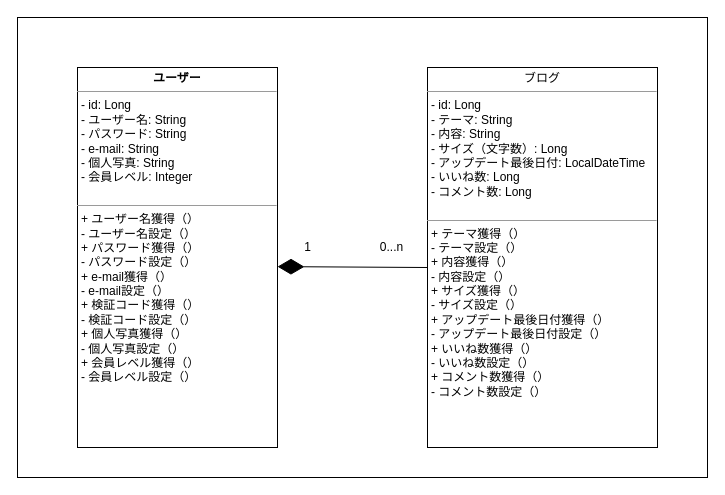
Before: drawio/クラス図.drawio in nan2020aaa/MyBlogx, a draw.io diagram. Source tidied: cells renumbered, new cells numbered last; positions are measured from the earlier drawing's top-left corner, leaving out a move shared by most shapes. Both pictures are drawn from the tidied source at 100%, with x=0, y=0 at pixel (17, 17).
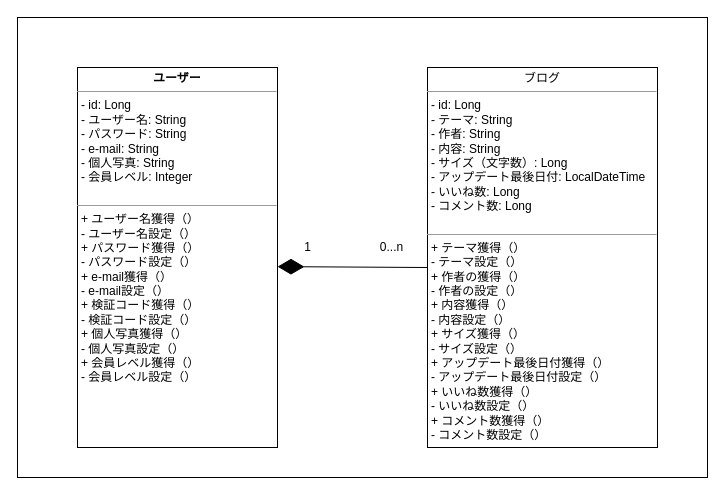
Above is the later version.

The edit, as a diff of the source:
```diff
@@
 <mxGraphModel>
   <root>
     <mxCell id="0" />
     <mxCell id="1" parent="0" />
     <mxCell id="2" style="rounded=0;whiteSpace=wrap;html=1;" parent="1" vertex="1">
       <mxGeometry width="690" height="460" as="geometry" />
     </mxCell>
     <mxCell id="3" value="&lt;p style=&quot;text-align: center ; margin: 4px 0px 0px&quot;&gt;&lt;b&gt;ユーザー&lt;/b&gt;&lt;/p&gt;&lt;hr size=&quot;1&quot;&gt;&lt;p style=&quot;margin: 0px ; margin-left: 4px&quot;&gt;- id: Long&lt;/p&gt;&lt;p style=&quot;margin: 0px ; margin-left: 4px&quot;&gt;- ユーザー名: String&lt;/p&gt;&lt;p style=&quot;margin: 0px ; margin-left: 4px&quot;&gt;- パスワード: String&lt;/p&gt;&lt;p style=&quot;margin: 0px ; margin-left: 4px&quot;&gt;- e-mail: String&lt;/p&gt;&lt;p style=&quot;margin: 0px ; margin-left: 4px&quot;&gt;- 個人写真: String&lt;/p&gt;&lt;p style=&quot;margin: 0px ; margin-left: 4px&quot;&gt;- 会員レベル: Integer&lt;/p&gt;&lt;p style=&quot;margin: 0px ; margin-left: 4px&quot;&gt;&lt;br&gt;&lt;/p&gt;&lt;hr size=&quot;1&quot;&gt;&lt;p style=&quot;margin: 0px ; margin-left: 4px&quot;&gt;+ ユーザー名獲得（）&lt;/p&gt;&lt;p style=&quot;margin: 0px ; margin-left: 4px&quot;&gt;- ユーザー名設定（）&lt;/p&gt;&lt;p style=&quot;margin: 0px ; margin-left: 4px&quot;&gt;+ パスワード獲得（）&lt;/p&gt;&lt;p style=&quot;margin: 0px ; margin-left: 4px&quot;&gt;- パスワード設定（）&lt;/p&gt;&lt;p style=&quot;margin: 0px ; margin-left: 4px&quot;&gt;+ e-mail獲得（）&lt;/p&gt;&lt;p style=&quot;margin: 0px ; margin-left: 4px&quot;&gt;- e-mail設定（）&lt;/p&gt;&lt;p style=&quot;margin: 0px ; margin-left: 4px&quot;&gt;+ 検証コード獲得（）&lt;/p&gt;&lt;p style=&quot;margin: 0px ; margin-left: 4px&quot;&gt;- 検証コード設定（）&lt;/p&gt;&lt;p style=&quot;margin: 0px ; margin-left: 4px&quot;&gt;+ 個人写真獲得（）&lt;/p&gt;&lt;p style=&quot;margin: 0px ; margin-left: 4px&quot;&gt;- 個人写真設定（）&lt;/p&gt;&lt;p style=&quot;margin: 0px ; margin-left: 4px&quot;&gt;+ 会員レベル獲得（）&lt;/p&gt;&lt;p style=&quot;margin: 0px ; margin-left: 4px&quot;&gt;- 会員レベル設定（）&lt;/p&gt;&lt;p style=&quot;margin: 0px ; margin-left: 4px&quot;&gt;&lt;br&gt;&lt;/p&gt;&lt;p style=&quot;margin: 0px ; margin-left: 4px&quot;&gt;&lt;br&gt;&lt;/p&gt;" style="verticalAlign=top;align=left;overflow=fill;fontSize=12;fontFamily=Helvetica;html=1;" parent="1" vertex="1">
       <mxGeometry x="60" y="50" width="200" height="380" as="geometry" />
     </mxCell>
-    <mxCell id="4" value="&lt;p style=&quot;margin: 0px ; margin-top: 4px ; text-align: center&quot;&gt;ブログ&lt;/p&gt;&lt;hr size=&quot;1&quot;&gt;&lt;p style=&quot;margin: 0px ; margin-left: 4px&quot;&gt;- id: Long&lt;/p&gt;&lt;p style=&quot;margin: 0px ; margin-left: 4px&quot;&gt;- テーマ: String&lt;/p&gt;&lt;p style=&quot;margin: 0px ; margin-left: 4px&quot;&gt;- 内容: String&lt;/p&gt;&lt;p style=&quot;margin: 0px ; margin-left: 4px&quot;&gt;- サイズ（文字数）: Long&lt;/p&gt;&lt;p style=&quot;margin: 0px ; margin-left: 4px&quot;&gt;- アップデート最後日付: LocalDateTime&lt;/p&gt;&lt;p style=&quot;margin: 0px ; margin-left: 4px&quot;&gt;- いいね数: Long&lt;/p&gt;&lt;p style=&quot;margin: 0px ; margin-left: 4px&quot;&gt;- コメント数: Long&lt;/p&gt;&lt;p style=&quot;margin: 0px ; margin-left: 4px&quot;&gt;&lt;br&gt;&lt;/p&gt;&lt;hr size=&quot;1&quot;&gt;&lt;p style=&quot;margin: 0px ; margin-left: 4px&quot;&gt;+ テーマ獲得（）&lt;/p&gt;&lt;p style=&quot;margin: 0px ; margin-left: 4px&quot;&gt;- テーマ設定（）&lt;/p&gt;&lt;p style=&quot;margin: 0px ; margin-left: 4px&quot;&gt;+ 内容獲得（）&lt;/p&gt;&lt;p style=&quot;margin: 0px ; margin-left: 4px&quot;&gt;- 内容設定（）&lt;/p&gt;&lt;p style=&quot;margin: 0px ; margin-left: 4px&quot;&gt;+ サイズ獲得（）&lt;/p&gt;&lt;p style=&quot;margin: 0px ; margin-left: 4px&quot;&gt;- サイズ設定（）&lt;/p&gt;&lt;p style=&quot;margin: 0px ; margin-left: 4px&quot;&gt;+ アップデート最後日付獲得（）&lt;/p&gt;&lt;p style=&quot;margin: 0px ; margin-left: 4px&quot;&gt;- アップデート最後日付設定（）&lt;/p&gt;&lt;p style=&quot;margin: 0px ; margin-left: 4px&quot;&gt;+ いいね数獲得（）&lt;/p&gt;&lt;p style=&quot;margin: 0px ; margin-left: 4px&quot;&gt;- いいね数設定（）&lt;/p&gt;&lt;p style=&quot;margin: 0px ; margin-left: 4px&quot;&gt;+ コメント数獲得（）&lt;/p&gt;&lt;p style=&quot;margin: 0px ; margin-left: 4px&quot;&gt;- コメント数設定（）&lt;/p&gt;&lt;p style=&quot;margin: 0px ; margin-left: 4px&quot;&gt;&lt;br&gt;&lt;/p&gt;" style="verticalAlign=top;align=left;overflow=fill;fontSize=12;fontFamily=Helvetica;html=1;" parent="1" vertex="1">
+    <mxCell id="4" value="&lt;p style=&quot;margin: 0px ; margin-top: 4px ; text-align: center&quot;&gt;ブログ&lt;/p&gt;&lt;hr size=&quot;1&quot;&gt;&lt;p style=&quot;margin: 0px ; margin-left: 4px&quot;&gt;- id: Long&lt;/p&gt;&lt;p style=&quot;margin: 0px ; margin-left: 4px&quot;&gt;- テーマ: String&lt;/p&gt;&lt;p style=&quot;margin: 0px ; margin-left: 4px&quot;&gt;- 作者: String&lt;/p&gt;&lt;p style=&quot;margin: 0px ; margin-left: 4px&quot;&gt;- 内容: String&lt;/p&gt;&lt;p style=&quot;margin: 0px ; margin-left: 4px&quot;&gt;- サイズ（文字数）: Long&lt;/p&gt;&lt;p style=&quot;margin: 0px ; margin-left: 4px&quot;&gt;- アップデート最後日付: LocalDateTime&lt;/p&gt;&lt;p style=&quot;margin: 0px ; margin-left: 4px&quot;&gt;- いいね数: Long&lt;/p&gt;&lt;p style=&quot;margin: 0px ; margin-left: 4px&quot;&gt;- コメント数: Long&lt;/p&gt;&lt;p style=&quot;margin: 0px ; margin-left: 4px&quot;&gt;&lt;br&gt;&lt;/p&gt;&lt;hr size=&quot;1&quot;&gt;&lt;p style=&quot;margin: 0px ; margin-left: 4px&quot;&gt;+ テーマ獲得（）&lt;/p&gt;&lt;p style=&quot;margin: 0px ; margin-left: 4px&quot;&gt;- テーマ設定（）&lt;/p&gt;&lt;p style=&quot;margin: 0px ; margin-left: 4px&quot;&gt;+ 作者の獲得（）&lt;/p&gt;&lt;p style=&quot;margin: 0px ; margin-left: 4px&quot;&gt;- 作者の設定（）&lt;/p&gt;&lt;p style=&quot;margin: 0px ; margin-left: 4px&quot;&gt;+ 内容獲得（）&lt;/p&gt;&lt;p style=&quot;margin: 0px ; margin-left: 4px&quot;&gt;- 内容設定（）&lt;/p&gt;&lt;p style=&quot;margin: 0px ; margin-left: 4px&quot;&gt;+ サイズ獲得（）&lt;/p&gt;&lt;p style=&quot;margin: 0px ; margin-left: 4px&quot;&gt;- サイズ設定（）&lt;/p&gt;&lt;p style=&quot;margin: 0px ; margin-left: 4px&quot;&gt;+ アップデート最後日付獲得（）&lt;/p&gt;&lt;p style=&quot;margin: 0px ; margin-left: 4px&quot;&gt;- アップデート最後日付設定（）&lt;/p&gt;&lt;p style=&quot;margin: 0px ; margin-left: 4px&quot;&gt;+ いいね数獲得（）&lt;/p&gt;&lt;p style=&quot;margin: 0px ; margin-left: 4px&quot;&gt;- いいね数設定（）&lt;/p&gt;&lt;p style=&quot;margin: 0px ; margin-left: 4px&quot;&gt;+ コメント数獲得（）&lt;/p&gt;&lt;p style=&quot;margin: 0px ; margin-left: 4px&quot;&gt;- コメント数設定（）&lt;/p&gt;&lt;p style=&quot;margin: 0px ; margin-left: 4px&quot;&gt;&lt;br&gt;&lt;/p&gt;" style="verticalAlign=top;align=left;overflow=fill;fontSize=12;fontFamily=Helvetica;html=1;" parent="1" vertex="1">
       <mxGeometry x="410" y="50" width="230" height="380" as="geometry" />
     </mxCell>
     <mxCell id="5" value="1" style="text;html=1;align=center;verticalAlign=middle;fillColor=none;strokeColor=none;rounded=0;" parent="1" vertex="1">
       <mxGeometry x="280" y="220" width="20" height="20" as="geometry" />
     </mxCell>
     <mxCell id="6" value="0...n" style="text;html=1;align=center;verticalAlign=middle;fillColor=none;strokeColor=none;rounded=0;" parent="1" vertex="1">
       <mxGeometry x="354" y="220" width="40" height="20" as="geometry" />
     </mxCell>
     <mxCell id="7" style="endArrow=diamondThin;endFill=1;endSize=24;html=1;entryX=1;entryY=0.524;entryDx=0;entryDy=0;entryPerimeter=0;" parent="1" edge="1" target="3">
       <mxGeometry relative="1" as="geometry">
         <mxPoint x="410" y="250" as="sourcePoint" />
       </mxGeometry>
     </mxCell>
   </root>
 </mxGraphModel>
```
